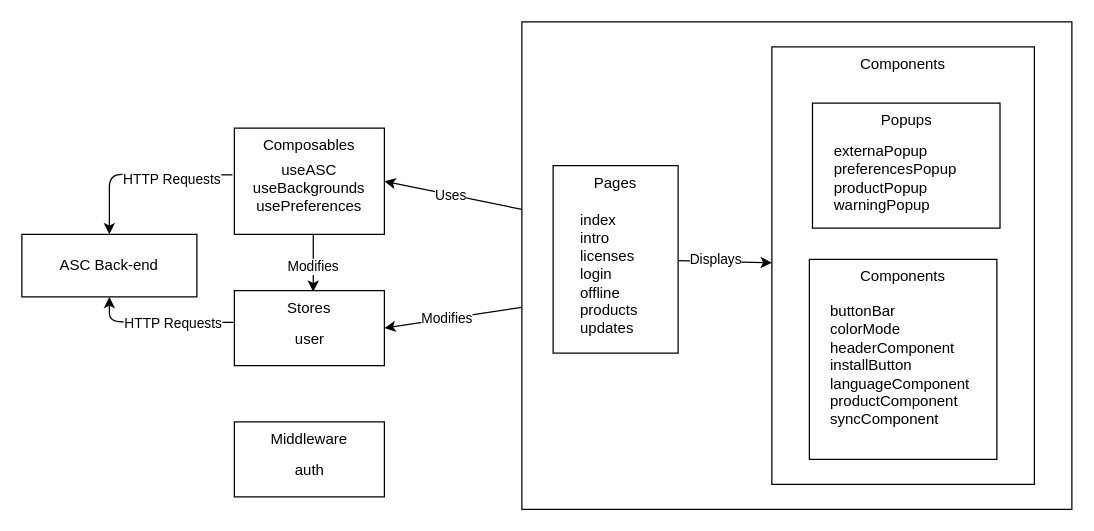
This is drawio/ascnuxt.drawio from ThomasColin1/rapport_pfe, a draw.io file, before an edit. Source tidied: cells renumbered, new cells numbered last; positions are measured from the earlier drawing's top-left corner, leaving out a move shared by most shapes. Both pictures are drawn from the tidied source at 125%, with x=0, y=0 at pixel (21, 21).
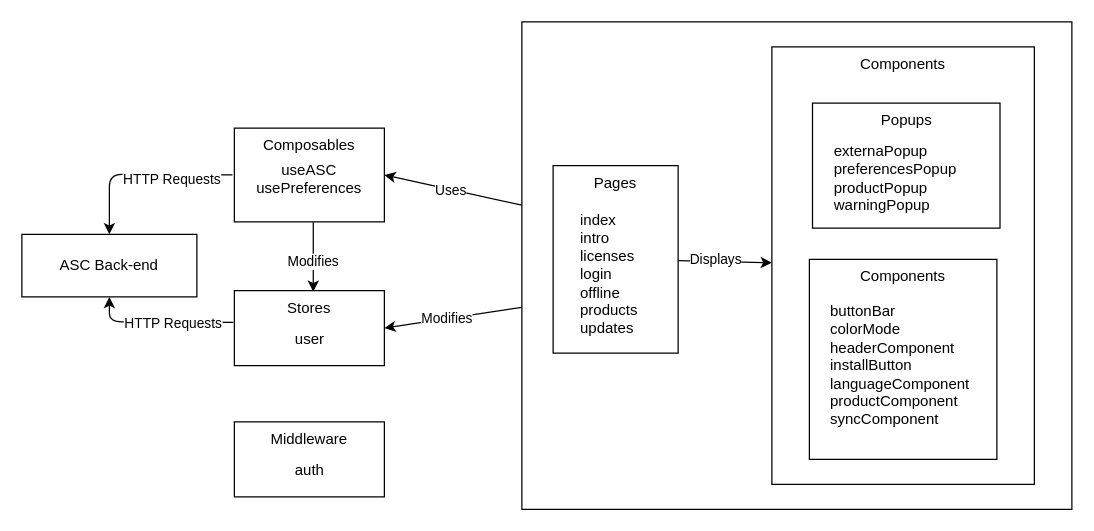
The same diagram, later.

The edit, as a diff of the source:
```diff
@@
     <mxCell id="8" value="Composables" style="whiteSpace=wrap;html=1;verticalAlign=top;" parent="1" vertex="1">
-      <mxGeometry x="170" y="85" width="120" height="85" as="geometry" />
+      <mxGeometry x="170" y="85" width="120" height="75" as="geometry" />
     </mxCell>
@@
-    <mxCell id="21" value="useASC&lt;br&gt;useBackgrounds&lt;br&gt;usePreferences" style="text;strokeColor=none;align=center;fillColor=none;html=1;verticalAlign=top;whiteSpace=wrap;rounded=0;" parent="1" vertex="1">
+    <mxCell id="21" value="useASC&lt;br&gt;usePreferences" style="text;strokeColor=none;align=center;fillColor=none;html=1;verticalAlign=top;whiteSpace=wrap;rounded=0;" parent="1" vertex="1">
       <mxGeometry x="170" y="105" width="120" height="50" as="geometry" />
     </mxCell>
```
